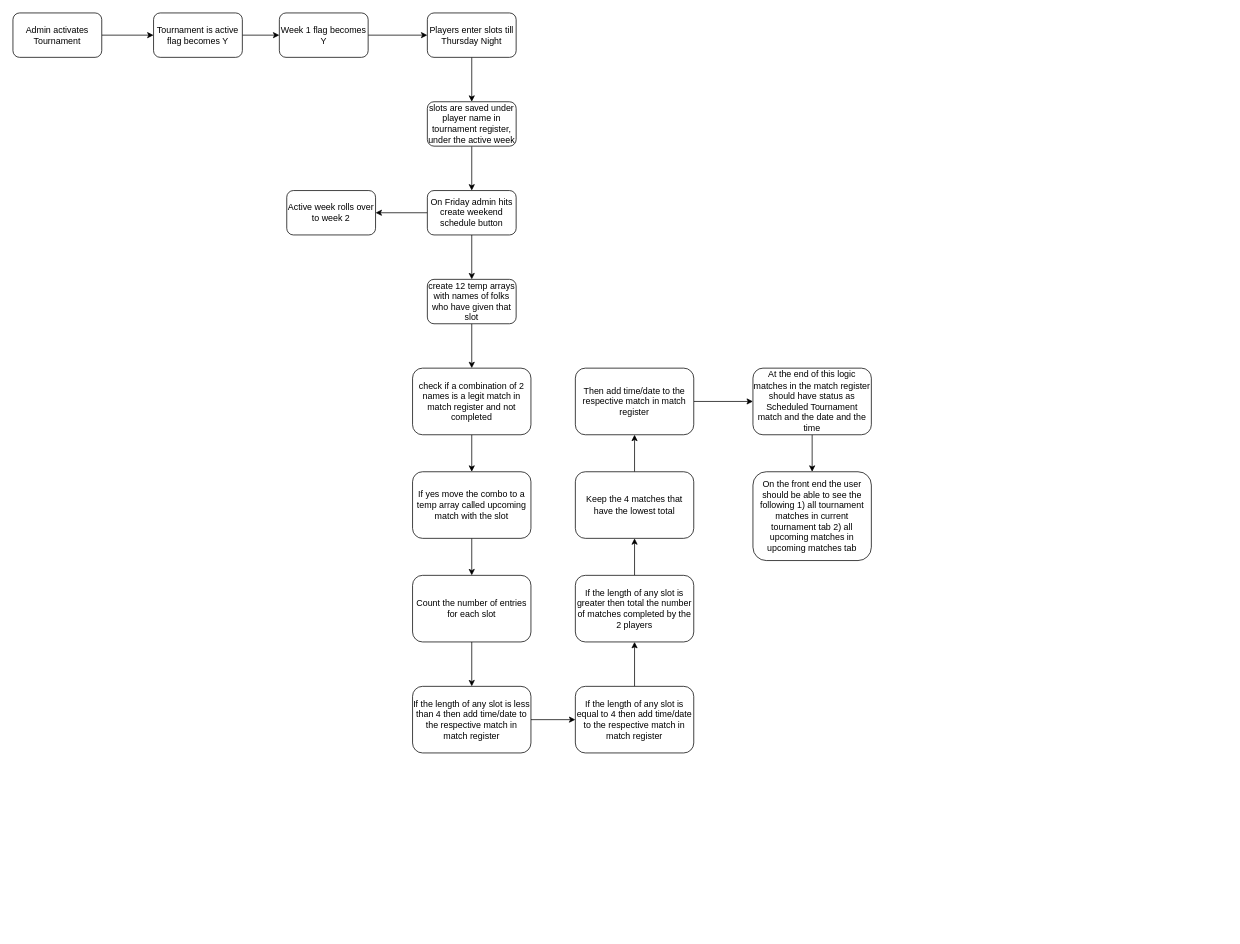
Earlier version of the draw.io diagram Untitled Diagram.drawio (snair0410/youtube). Source tidied: cells renumbered, new cells numbered last; positions are measured from the earlier drawing's top-left corner, leaving out a move shared by most shapes. Both pictures are drawn from the tidied source at 74%, with x=0, y=0 at pixel (13, 13).
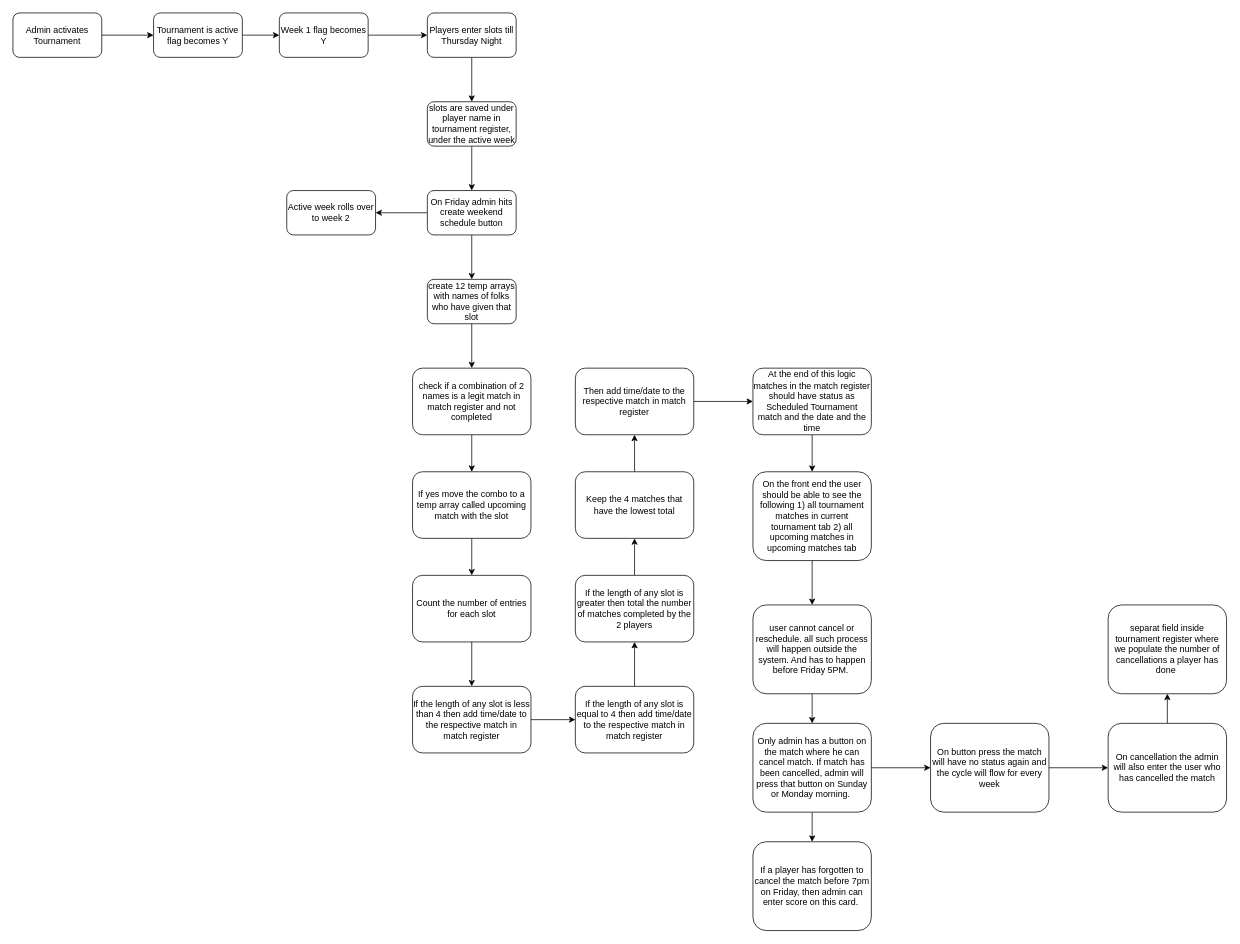
After the change.

The change refers to these unchanged cells:
```xml
<mxCell id="36" value="On the front end the user should be able to see the following 1) all tournament matches in current tournament tab 2) all upcoming matches in upcoming matches tab" style="rounded=1;whiteSpace=wrap;html=1;" parent="1" vertex="1">
  <mxGeometry x="1000" y="620" width="160" height="120" as="geometry" />
</mxCell>
```

Diff of the diagram source:
```diff
@@
+    <mxCell id="37" style="edgeStyle=orthogonalEdgeStyle;rounded=0;jettySize=auto;html=1;entryX=0.5;entryY=0;entryDx=0;entryDy=0;" parent="1" edge="1" source="36" target="39">
+      <mxGeometry relative="1" as="geometry" />
+    </mxCell>
@@
+    <mxCell id="38" style="edgeStyle=orthogonalEdgeStyle;rounded=0;jettySize=auto;html=1;" parent="1" edge="1" source="39" target="42">
+      <mxGeometry relative="1" as="geometry" />
+    </mxCell>
+    <mxCell id="39" value="user cannot cancel or reschedule. all such process will happen outside the system. And has to happen before Friday 5PM.&amp;nbsp;" style="rounded=1;whiteSpace=wrap;html=1;" parent="1" vertex="1">
+      <mxGeometry x="1000" y="800" width="160" height="120" as="geometry" />
+    </mxCell>
+    <mxCell id="40" style="edgeStyle=orthogonalEdgeStyle;rounded=0;jettySize=auto;html=1;entryX=0;entryY=0.5;entryDx=0;entryDy=0;" parent="1" edge="1" source="42" target="44">
+      <mxGeometry relative="1" as="geometry" />
+    </mxCell>
+    <mxCell id="41" style="edgeStyle=orthogonalEdgeStyle;rounded=0;jettySize=auto;html=1;entryX=0.5;entryY=0;entryDx=0;entryDy=0;" parent="1" edge="1" source="42" target="48">
+      <mxGeometry relative="1" as="geometry" />
+    </mxCell>
+    <mxCell id="42" value="Only admin has a button on the match where he can cancel match. If match has been cancelled, admin will press that button on Sunday or Monday morning.&amp;nbsp;" style="rounded=1;whiteSpace=wrap;html=1;" parent="1" vertex="1">
+      <mxGeometry x="1000" y="960" width="160" height="120" as="geometry" />
+    </mxCell>
+    <mxCell id="43" style="edgeStyle=orthogonalEdgeStyle;rounded=0;jettySize=auto;html=1;" parent="1" edge="1" source="44" target="46">
+      <mxGeometry relative="1" as="geometry" />
+    </mxCell>
+    <mxCell id="44" value="On button press the match will have no status again and the cycle will flow for every week" style="rounded=1;whiteSpace=wrap;html=1;" parent="1" vertex="1">
+      <mxGeometry x="1240" y="960" width="160" height="120" as="geometry" />
+    </mxCell>
+    <mxCell id="45" style="edgeStyle=orthogonalEdgeStyle;rounded=0;jettySize=auto;html=1;entryX=0.5;entryY=1;entryDx=0;entryDy=0;" parent="1" edge="1" source="46" target="47">
+      <mxGeometry relative="1" as="geometry" />
+    </mxCell>
+    <mxCell id="46" value="On cancellation the admin will also enter the user who has cancelled the match" style="rounded=1;whiteSpace=wrap;html=1;" parent="1" vertex="1">
+      <mxGeometry x="1480" y="960" width="160" height="120" as="geometry" />
+    </mxCell>
+    <mxCell id="47" value="separat field inside tournament register where we populate the number of cancellations a player has done&amp;nbsp;" style="rounded=1;whiteSpace=wrap;html=1;" parent="1" vertex="1">
+      <mxGeometry x="1480" y="800" width="160" height="120" as="geometry" />
+    </mxCell>
+    <mxCell id="48" value="If a player has forgotten to cancel the match before 7pm on Friday, then admin can enter score on this card.&amp;nbsp;" style="rounded=1;whiteSpace=wrap;html=1;" parent="1" vertex="1">
+      <mxGeometry x="1000" y="1120" width="160" height="120" as="geometry" />
+    </mxCell>
```
